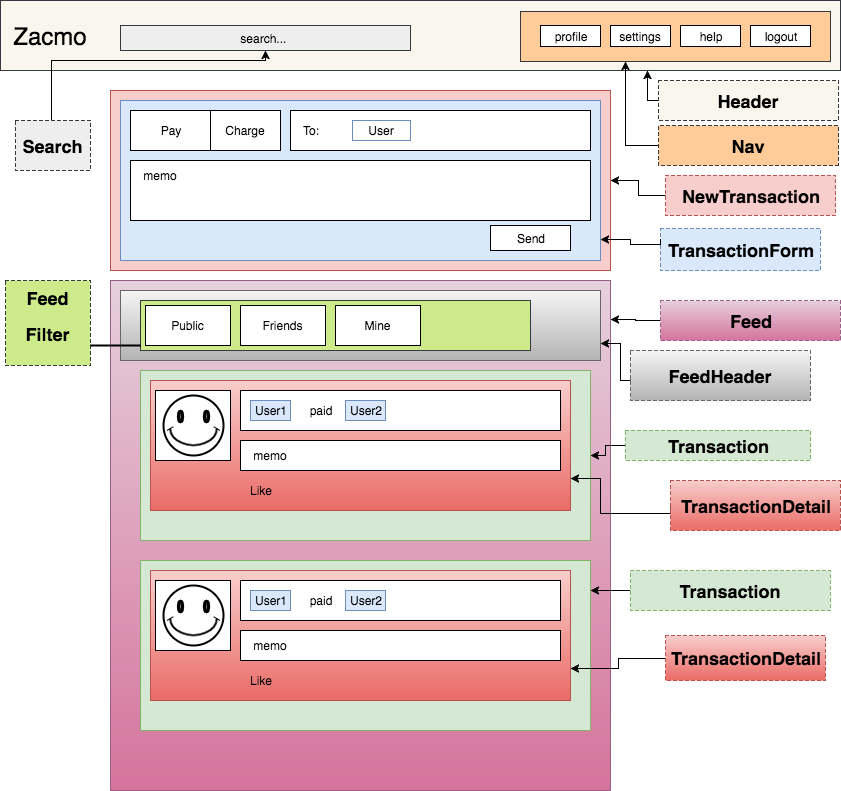
This is docs/wireframes/index.png from zlw241/Zacmo, a draw.io export, as it was before one commit. Source tidied: cells renumbered, new cells last; positions are measured from the earlier drawing's top-left corner, leaving out a move shared by most shapes.
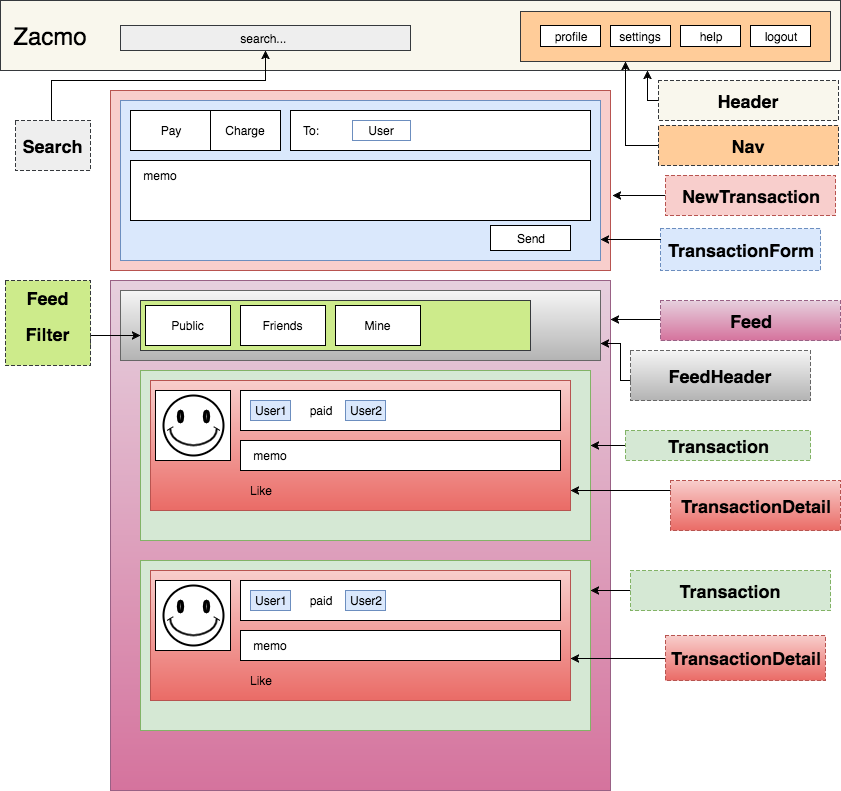
The same file after the commit.

Commit message:
minor edit to index wireframe

What changed in the source:
```diff
@@ -110,7 +110,7 @@
     <mxCell id="37" value="memo" style="text;html=1;strokeColor=none;fillColor=none;align=center;verticalAlign=middle;whiteSpace=wrap;" parent="1" vertex="1">
       <mxGeometry x="250" y="635" width="40" height="20" as="geometry" />
     </mxCell>
-    <mxCell id="38" style="edgeStyle=orthogonalEdgeStyle;rounded=0;html=1;exitX=0;exitY=0.5;entryX=1;entryY=0.5;jettySize=auto;" parent="1" edge="1" source="39" target="51">
+    <mxCell id="38" style="edgeStyle=orthogonalEdgeStyle;rounded=0;html=1;exitX=0;exitY=0.5;entryX=1.004;entryY=0.583;entryPerimeter=0;jettySize=auto;fontSize=15;" parent="1" edge="1" source="39" target="51">
       <mxGeometry relative="1" as="geometry" />
     </mxCell>
     <mxCell id="39" value="&lt;h2&gt;NewTransaction&lt;/h2&gt;" style="text;html=1;strokeColor=#b85450;fillColor=#f8cecc;align=center;verticalAlign=middle;whiteSpace=wrap;dashed=1;" parent="1" vertex="1">
@@ -120,13 +120,22 @@
       <mxGeometry x="660" y="228" width="160" height="42" as="geometry" />
     </mxCell>
     <mxCell id="41" style="edgeStyle=orthogonalEdgeStyle;rounded=0;html=1;exitX=0;exitY=0.5;jettySize=auto;" parent="1" edge="1" source="42" target="16">
-      <mxGeometry relative="1" as="geometry" />
+      <mxGeometry relative="1" as="geometry">
+        <Array as="points">
+          <mxPoint x="600" y="445" />
+          <mxPoint x="600" y="445" />
+        </Array>
+      </mxGeometry>
     </mxCell>
     <mxCell id="42" value="&lt;h2&gt;Transaction&lt;/h2&gt;" style="text;html=1;strokeColor=#82b366;fillColor=#d5e8d4;align=center;verticalAlign=middle;whiteSpace=wrap;dashed=1;" parent="1" vertex="1">
       <mxGeometry x="625" y="430" width="185" height="30" as="geometry" />
     </mxCell>
     <mxCell id="43" style="edgeStyle=orthogonalEdgeStyle;rounded=0;html=1;exitX=0;exitY=0.5;entryX=1;entryY=0.076;entryPerimeter=0;jettySize=auto;" parent="1" edge="1" source="44" target="2">
-      <mxGeometry relative="1" as="geometry" />
+      <mxGeometry relative="1" as="geometry">
+        <Array as="points">
+          <mxPoint x="660" y="319" />
+        </Array>
+      </mxGeometry>
     </mxCell>
     <mxCell id="44" value="&lt;h2&gt;Feed&lt;/h2&gt;" style="text;html=1;strokeColor=#996185;fillColor=#e6d0de;align=center;verticalAlign=middle;whiteSpace=wrap;dashed=1;gradientColor=#d5739d;" parent="1" vertex="1">
       <mxGeometry x="660" y="300" width="180" height="40" as="geometry" />
@@ -137,19 +146,25 @@
     <mxCell id="46" value="&lt;h2&gt;Transaction&lt;/h2&gt;" style="text;html=1;strokeColor=#82b366;fillColor=#d5e8d4;align=center;verticalAlign=middle;whiteSpace=wrap;dashed=1;" parent="1" vertex="1">
       <mxGeometry x="630" y="570" width="200" height="40" as="geometry" />
     </mxCell>
-    <mxCell id="47" style="edgeStyle=orthogonalEdgeStyle;rounded=0;html=1;exitX=0;exitY=0.5;jettySize=auto;entryX=1;entryY=0.75;" parent="1" edge="1" source="48" target="17">
+    <mxCell id="47" style="edgeStyle=orthogonalEdgeStyle;rounded=0;html=1;exitX=0;exitY=0.25;jettySize=auto;" parent="1" edge="1" source="48">
       <mxGeometry relative="1" as="geometry">
+        <mxPoint x="570" y="490" as="targetPoint" />
         <Array as="points">
-          <mxPoint x="600" y="513" />
-          <mxPoint x="600" y="478" />
+          <mxPoint x="670" y="490" />
+          <mxPoint x="570" y="490" />
         </Array>
       </mxGeometry>
     </mxCell>
     <mxCell id="48" value="&lt;h2&gt;TransactionDetail&lt;/h2&gt;" style="text;html=1;strokeColor=#b85450;fillColor=#f8cecc;align=center;verticalAlign=middle;whiteSpace=wrap;dashed=1;gradientColor=#ea6b66;" parent="1" vertex="1">
       <mxGeometry x="670" y="480" width="170" height="50" as="geometry" />
     </mxCell>
-    <mxCell id="49" style="edgeStyle=orthogonalEdgeStyle;rounded=0;html=1;exitX=0;exitY=0.5;entryX=1;entryY=0.75;jettySize=auto;" parent="1" edge="1" source="50" target="28">
-      <mxGeometry relative="1" as="geometry" />
+    <mxCell id="49" style="edgeStyle=orthogonalEdgeStyle;rounded=0;html=1;exitX=0;exitY=0.5;jettySize=auto;" parent="1" edge="1" source="50">
+      <mxGeometry relative="1" as="geometry">
+        <mxPoint x="570" y="658" as="targetPoint" />
+        <Array as="points">
+          <mxPoint x="570" y="658" />
+        </Array>
+      </mxGeometry>
     </mxCell>
     <mxCell id="50" value="&lt;h2&gt;TransactionDetail&lt;/h2&gt;" style="text;html=1;strokeColor=#b85450;fillColor=#f8cecc;align=center;verticalAlign=middle;whiteSpace=wrap;dashed=1;gradientColor=#ea6b66;" parent="1" vertex="1">
       <mxGeometry x="665" y="635" width="160" height="45" as="geometry" />
@@ -201,12 +216,17 @@
     <mxCell id="64" value="&lt;h2&gt;Header&lt;/h2&gt;" style="text;html=1;strokeColor=#36393d;fillColor=#f9f7ed;align=center;verticalAlign=middle;whiteSpace=wrap;dashed=1;" parent="1" vertex="1">
       <mxGeometry x="658" y="80" width="180" height="40" as="geometry" />
     </mxCell>
+    <mxCell id="72" style="edgeStyle=orthogonalEdgeStyle;rounded=0;html=1;exitX=1;exitY=0.75;jettySize=auto;fontSize=15;" parent="1" edge="1" source="65">
+      <mxGeometry relative="1" as="geometry">
+        <mxPoint x="140" y="335" as="targetPoint" />
+        <Array as="points">
+          <mxPoint x="90" y="335" />
+        </Array>
+      </mxGeometry>
+    </mxCell>
     <mxCell id="65" value="&lt;h2&gt;Feed&lt;/h2&gt;&lt;h2&gt;Filter&lt;/h2&gt;&lt;div&gt;&lt;br&gt;&lt;/div&gt;" style="text;html=1;strokeColor=#36393d;fillColor=#cdeb8b;align=center;verticalAlign=middle;whiteSpace=wrap;dashed=1;" parent="1" vertex="1">
       <mxGeometry x="5" y="280" width="85" height="85" as="geometry" />
     </mxCell>
-    <mxCell id="66" style="line;strokeWidth=2;html=1;fillColor=#ffffff;gradientColor=none;" parent="1" vertex="1">
-      <mxGeometry x="90" y="340" width="50" height="10" as="geometry" />
-    </mxCell>
     <mxCell id="67" style="edgeStyle=orthogonalEdgeStyle;rounded=0;html=1;exitX=1;exitY=0.5;entryX=0.339;entryY=1;entryPerimeter=0;jettySize=auto;" parent="1" edge="1" source="68" target="6">
       <mxGeometry relative="1" as="geometry" />
     </mxCell>
@@ -217,16 +237,17 @@
       <mxGeometry relative="1" as="geometry">
         <mxPoint x="600" y="239" as="targetPoint" />
         <Array as="points">
-          <mxPoint x="630" y="244" />
-          <mxPoint x="630" y="239" />
+          <mxPoint x="650" y="239" />
+          <mxPoint x="650" y="239" />
         </Array>
       </mxGeometry>
     </mxCell>
     <mxCell id="70" style="edgeStyle=orthogonalEdgeStyle;rounded=0;html=1;exitX=0.5;exitY=0;jettySize=auto;" parent="1" edge="1" source="71" target="5">
       <mxGeometry relative="1" as="geometry">
         <Array as="points">
-          <mxPoint x="51" y="60" />
-          <mxPoint x="265" y="60" />
+          <mxPoint x="51" y="120" />
+          <mxPoint x="51" y="80" />
+          <mxPoint x="265" y="80" />
         </Array>
       </mxGeometry>
     </mxCell>
```
